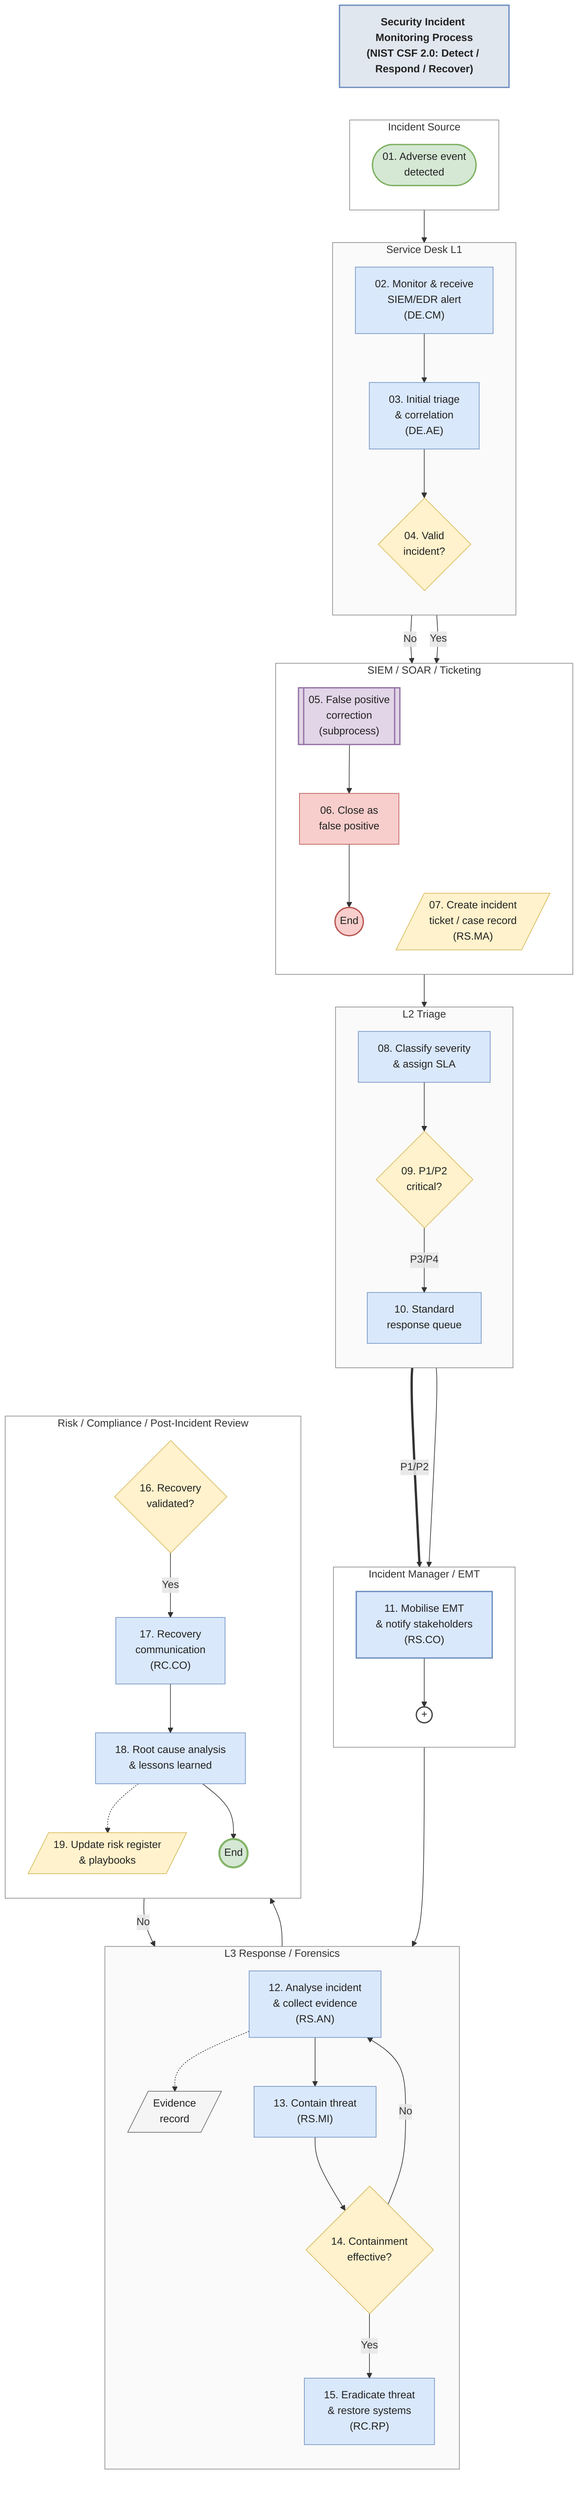
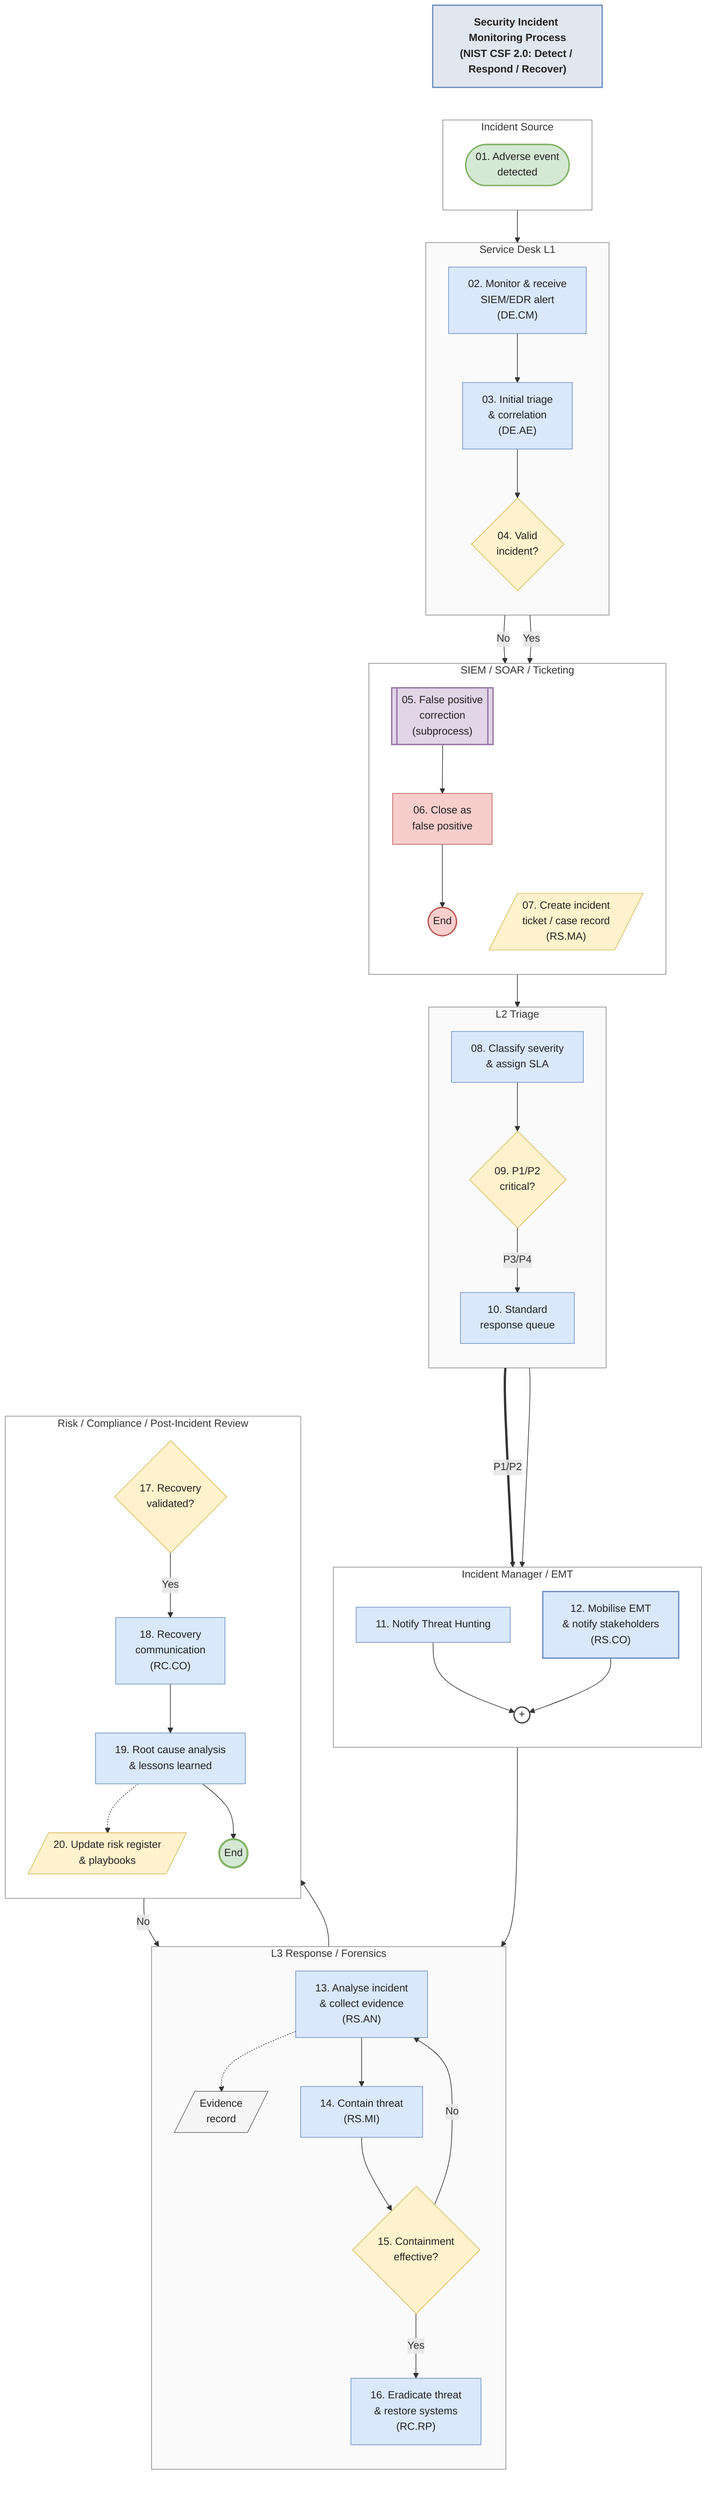
flowchart TD
%% Security Incident Monitoring Process
%% NIST CSF 2.0 — Detect / Respond / Recover
%% Swimlanes are emulated with Mermaid `subgraph` blocks (one per role/team).
%% Source draw.io file: csf2_incident_monitoring.drawio

    title["<b>Security Incident Monitoring Process</b><br/>(NIST CSF 2.0: Detect / Respond / Recover)"]:::titleBar

    subgraph LANE_SRC["Incident Source"]
        direction TB
        n01(["01. Adverse event<br/>detected"]):::startEvent
    end

    subgraph LANE_L1["Service Desk L1"]
        direction TB
        n02["02. Monitor & receive<br/>SIEM/EDR alert<br/>(DE.CM)"]:::task
        n03["03. Initial triage<br/>& correlation<br/>(DE.AE)"]:::task
        n04{"04. Valid<br/>incident?"}:::decision
    end

    subgraph LANE_SIEM["SIEM / SOAR / Ticketing"]
        direction TB
        n05[["05. False positive<br/>correction<br/>(subprocess)"]]:::subprocess
        n06["06. Close as<br/>false positive"]:::closeFP
        nEndFP(("End")):::endEventFP
        n07_ticket[/"07. Create incident<br/>ticket / case record<br/>(RS.MA)"/]:::document
    end

    subgraph LANE_L2["L2 Triage"]
        direction TB
        n08_classify["08. Classify severity<br/>& assign SLA"]:::task
        n09_dec{"09. P1/P2<br/>critical?"}:::decision
        n10_queue["10. Standard<br/>response queue"]:::task
    end

    subgraph LANE_IM["Incident Manager / EMT"]
        direction TB
-         n11_emt["11. Mobilise EMT<br/>& notify stakeholders<br/>(RS.CO)"]:::escalation
+         n11_threat["11. Notify Threat Hunting"]:::task
+         n12_emt["12. Mobilise EMT<br/>& notify stakeholders<br/>(RS.CO)"]:::escalation
        sj1((" + ")):::junction
    end

    subgraph LANE_L3["L3 Response / Forensics"]
        direction TB
-         n12_analyse["12. Analyse incident<br/>& collect evidence<br/>(RS.AN)"]:::task
+         n13_analyse["13. Analyse incident<br/>& collect evidence<br/>(RS.AN)"]:::task
        nEv[/"Evidence<br/>record"/]:::evidence
-         n13_contain["13. Contain threat<br/>(RS.MI)"]:::task
-         n14_dec{"14. Containment<br/>effective?"}:::decision
-         n15_erad["15. Eradicate threat<br/>& restore systems<br/>(RC.RP)"]:::task
+         n14_contain["14. Contain threat<br/>(RS.MI)"]:::task
+         n15_dec{"15. Containment<br/>effective?"}:::decision
+         n16_erad["16. Eradicate threat<br/>& restore systems<br/>(RC.RP)"]:::task
    end

    subgraph LANE_RC["Risk / Compliance / Post-Incident Review"]
        direction TB
-         n16_dec{"16. Recovery<br/>validated?"}:::decision
-         n17_comm["17. Recovery<br/>communication<br/>(RC.CO)"]:::task
-         n18_rca["18. Root cause analysis<br/>& lessons learned"]:::task
-         n19_reg[/"19. Update risk register<br/>& playbooks"/]:::document
+         n17_dec{"17. Recovery<br/>validated?"}:::decision
+         n18_comm["18. Recovery<br/>communication<br/>(RC.CO)"]:::task
+         n19_rca["19. Root cause analysis<br/>& lessons learned"]:::task
+         n20_reg[/"20. Update risk register<br/>& playbooks"/]:::document
        nEnd(("End")):::endEvent
    end

    %% Title anchor (invisible link to keep title at top)
    title -.- n01

    %% ===== Main flow =====
    n01 --> n02
    n02 --> n03
    n03 --> n04

    n04 -- "No"  --> n05
    n04 -- "Yes" --> n07_ticket

    n05 --> n06
    n06 --> nEndFP

    n07_ticket --> n08_classify
    n08_classify --> n09_dec

    n09_dec -- "P3/P4" --> n10_queue
-     n09_dec == "P1/P2" ==> n11_emt
+     n09_dec == "P1/P2" ==> n12_emt

-     n10_queue --> sj1
-     n11_emt   --> sj1
-     sj1 --> n12_analyse
+     n10_queue --> n11_threat
+     n11_threat --> sj1
+     n12_emt    --> sj1
+     sj1 --> n13_analyse

-     n12_analyse -.-> nEv
-     n12_analyse --> n13_contain
-     n13_contain --> n14_dec
+     n13_analyse -.-> nEv
+     n13_analyse --> n14_contain
+     n14_contain --> n15_dec

-     n14_dec -- "No"  --> n12_analyse
-     n14_dec -- "Yes" --> n15_erad
+     n15_dec -- "No"  --> n13_analyse
+     n15_dec -- "Yes" --> n16_erad

-     n15_erad --> n16_dec
+     n16_erad --> n17_dec

-     n16_dec -- "No"  --> n15_erad
-     n16_dec -- "Yes" --> n17_comm
+     n17_dec -- "No"  --> n16_erad
+     n17_dec -- "Yes" --> n18_comm

-     n17_comm --> n18_rca
-     n18_rca -.-> n19_reg
-     n18_rca --> nEnd
+     n18_comm --> n19_rca
+     n19_rca -.-> n20_reg
+     n19_rca --> nEnd

    %% ===== Styles =====
    classDef titleBar     fill:#e1e7ef,stroke:#6c8ebf,stroke-width:2px,color:#222,font-weight:bold
    classDef startEvent   fill:#d5e8d4,stroke:#82b366,stroke-width:2px,color:#222
    classDef endEvent     fill:#d5e8d4,stroke:#82b366,stroke-width:3px,color:#222
    classDef endEventFP   fill:#f8cecc,stroke:#b85450,stroke-width:2px,color:#222
    classDef task         fill:#dae8fc,stroke:#6c8ebf,color:#222
    classDef escalation   fill:#dae8fc,stroke:#6c8ebf,stroke-width:2px,color:#222
    classDef decision     fill:#fff2cc,stroke:#d6b656,color:#222
    classDef document     fill:#fff2cc,stroke:#d6b656,color:#222
    classDef evidence     fill:#f5f5f5,stroke:#666666,color:#222
    classDef subprocess   fill:#e1d5e7,stroke:#9673a6,stroke-width:2px,color:#222
    classDef closeFP      fill:#f8cecc,stroke:#b85450,color:#222
    classDef junction     fill:#ffffff,stroke:#444,stroke-width:2px,color:#222

    style LANE_SRC  fill:#ffffff,stroke:#888,stroke-width:1px
    style LANE_L1   fill:#fafafa,stroke:#888,stroke-width:1px
    style LANE_SIEM fill:#ffffff,stroke:#888,stroke-width:1px
    style LANE_L2   fill:#fafafa,stroke:#888,stroke-width:1px
    style LANE_IM   fill:#ffffff,stroke:#888,stroke-width:1px
    style LANE_L3   fill:#fafafa,stroke:#888,stroke-width:1px
    style LANE_RC   fill:#ffffff,stroke:#888,stroke-width:1px

    linkStyle 0 stroke:transparent,stroke-width:0px
